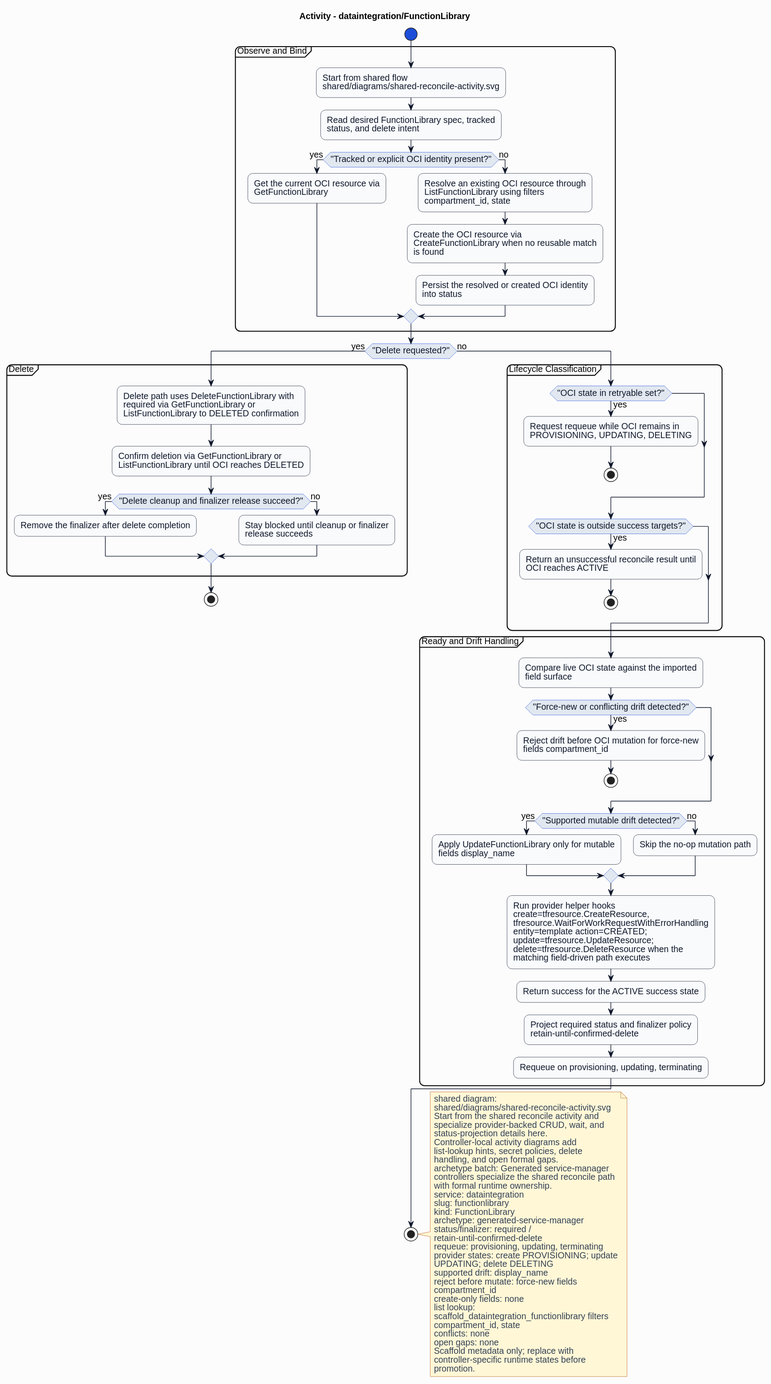
Earlier version of the PlantUML export formal/controllers/dataintegration/functionlibrary/diagrams/activity.svg (HaoyL666/oci-service-operator).
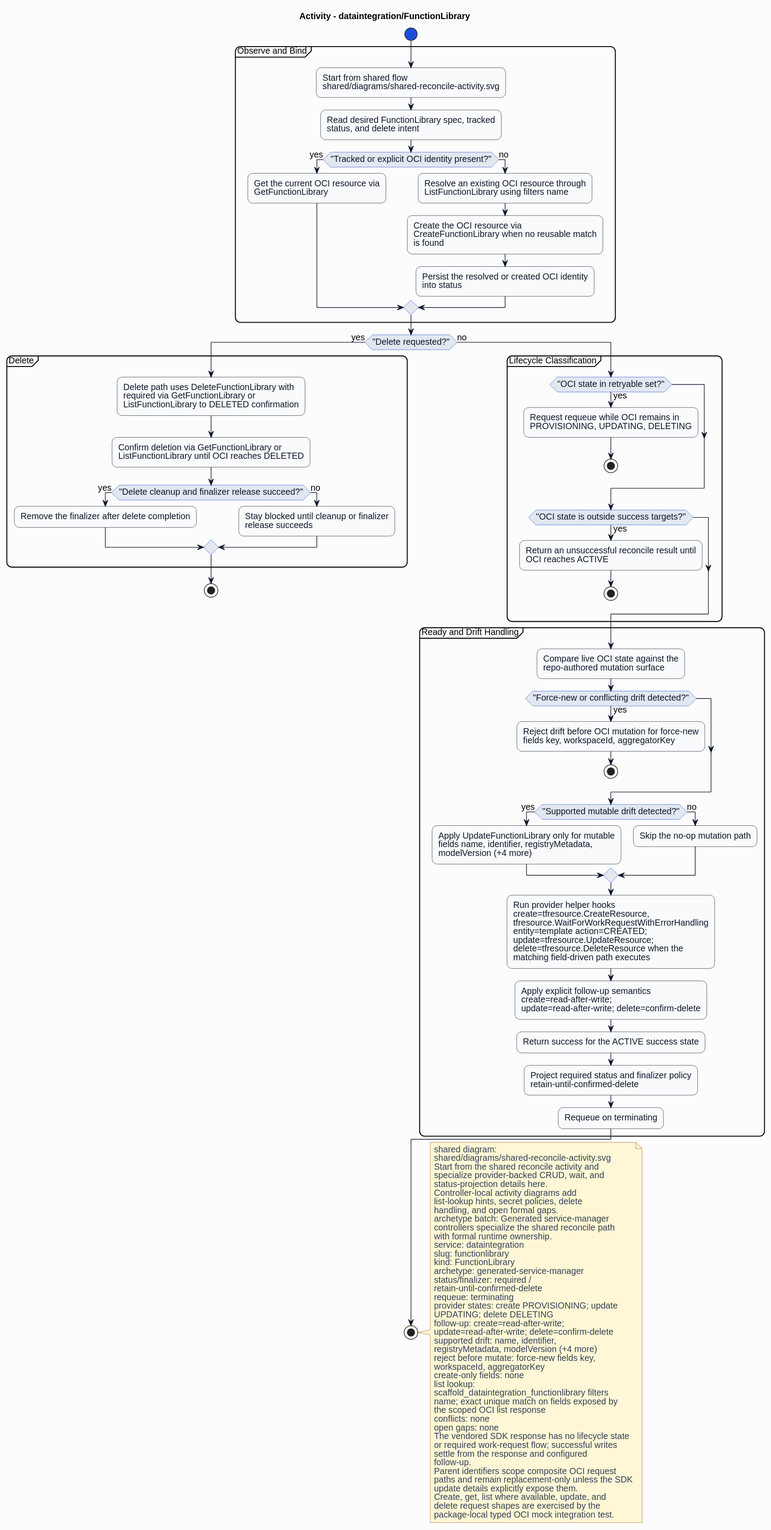
Above is the later version.

What changed in the source:
```diff
@@ -27,7 +27,7 @@
 if ("Tracked or explicit OCI identity present?") then (yes)
 :Get the current OCI resource via\nGetFunctionLibrary;
 else (no)
-:Resolve an existing OCI resource through\nListFunctionLibrary using filters\ncompartment_id, state;
+:Resolve an existing OCI resource through\nListFunctionLibrary using filters name;
 :Create the OCI resource via\nCreateFunctionLibrary when no reusable match\nis found;
 :Persist the resolved or created OCI identity\ninto status;
 endif
@@ -55,20 +55,21 @@
 endif
 }
 partition "Ready and Drift Handling" {
-:Compare live OCI state against the imported\nfield surface;
+:Compare live OCI state against the\nrepo-authored mutation surface;
 if ("Force-new or conflicting drift detected?") then (yes)
-:Reject drift before OCI mutation for force-new\nfields compartment_id;
+:Reject drift before OCI mutation for force-new\nfields key, workspaceId, aggregatorKey;
 stop
 endif
 if ("Supported mutable drift detected?") then (yes)
-:Apply UpdateFunctionLibrary only for mutable\nfields display_name;
+:Apply UpdateFunctionLibrary only for mutable\nfields name, identifier, registryMetadata,\nmodelVersion (+4 more);
 else (no)
 :Skip the no-op mutation path;
 endif
 :Run provider helper hooks\ncreate=tfresource.CreateResource,\ntfresource.WaitForWorkRequestWithErrorHandling\nentity=template action=CREATED;\nupdate=tfresource.UpdateResource;\ndelete=tfresource.DeleteResource when the\nmatching field-driven path executes;
+:Apply explicit follow-up semantics\ncreate=read-after-write;\nupdate=read-after-write; delete=confirm-delete;
 :Return success for the ACTIVE success state;
 :Project required status and finalizer policy\nretain-until-confirmed-delete;
-:Requeue on provisioning, updating, terminating;
+:Requeue on terminating;
 }
 endif
 stop
@@ -90,20 +91,31 @@
 archetype: generated-service-manager
 status/finalizer: required /
 retain-until-confirmed-delete
-requeue: provisioning, updating, terminating
+requeue: terminating
 provider states: create PROVISIONING; update
 UPDATING; delete DELETING
-supported drift: display_name
-reject before mutate: force-new fields
-compartment_id
+follow-up: create=read-after-write;
+update=read-after-write; delete=confirm-delete
+supported drift: name, identifier,
+registryMetadata, modelVersion (+4 more)
+reject before mutate: force-new fields key,
+workspaceId, aggregatorKey
 create-only fields: none
 list lookup:
 scaffold_dataintegration_functionlibrary filters
-compartment_id, state
+name; exact unique match on fields exposed by
+the scoped OCI list response
 conflicts: none
 open gaps: none
-Scaffold metadata only; replace with
-controller-specific runtime states before
-promotion.
+The vendored SDK response has no lifecycle state
+or required work-request flow; successful writes
+settle from the response and configured
+follow-up.
+Parent identifiers scope composite OCI request
+paths and remain replacement-only unless the SDK
+update details explicitly expose them.
+Create, get, list where available, update, and
+delete request shapes are exercised by the
+package-local typed OCI mock integration test.
 end note
 @enduml
```
